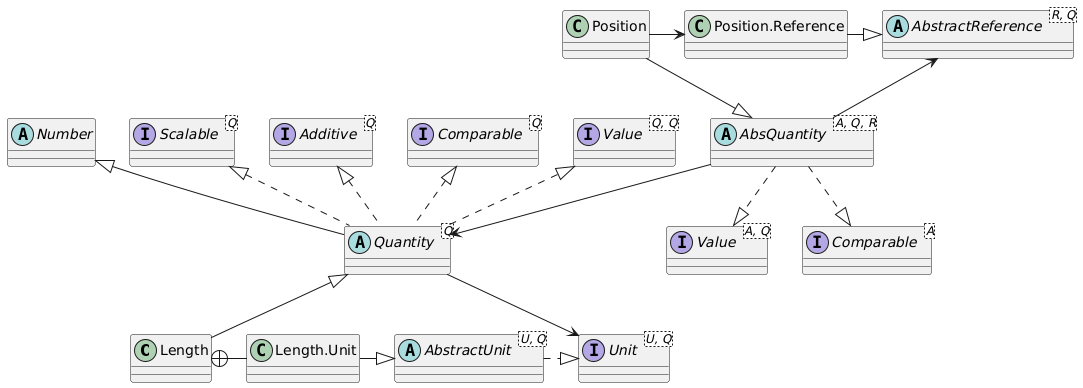
averbraeck/djunits keeps this PlantUML diagram as docs/images/absolute-quantity.png. Above is the earlier version.
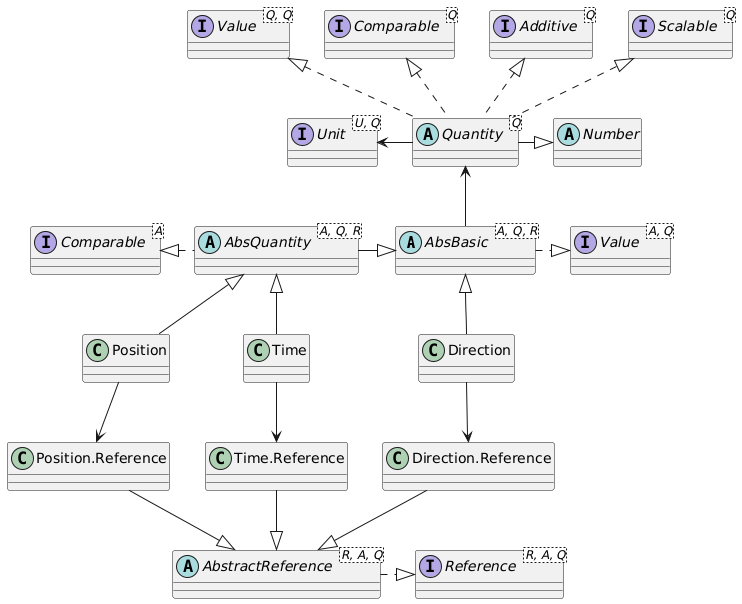
The same file after the commit.

Commit message:
Issue #163. Include new AbsBasic class in docs class diagram

Change to the diagram source:
```diff
@@ -1,12 +1,19 @@
 @startuml
-class Length
-class "Length.Unit" as LengthUnit
+abstract class AbsBasic<A, Q, R>
+abstract class AbsQuantity<A, Q, R>
+abstract class AbstractReference<R, A, Q>
+interface Reference<R, A, Q>
+
 class Position
-abstract class AbsQuantity<A, Q, R>
-abstract class AbstractReference<R, Q>
 class "Position.Reference" as PositionReference
+
+class Time
+class "Time.Reference" as TimeReference
+
+class Direction
+class "Direction.Reference" as DirectionReference
+
 abstract class Quantity<Q>
-abstract class AbstractUnit<U, Q>
 interface Unit<U, Q>
 abstract class Number
 interface "Value<A, Q>" as ValueA
@@ -16,26 +23,29 @@
 interface Additive<Q>
 interface Scalable<Q>
 
-Quantity .u.|> ValueQ
-Quantity .u.|> ComparableQ
-Quantity .u.|> Additive
-Quantity .u.|> Scalable
-Quantity -u-|> Number
+ValueQ <|.. Quantity
+ComparableQ <|.. Quantity
+Additive <|.. Quantity
+Scalable <|.. Quantity
+Number <|-l- Quantity
 
-Quantity -r-> Unit
-AbsQuantity --> Quantity
+Unit <-r- Quantity
+Quantity <-- AbsBasic
 
-AbstractUnit .r.|> Unit
+AbsBasic <|-l- AbsQuantity
+ValueA <|.l. AbsBasic
+ComparableA <|.r. AbsQuantity
+AbstractReference .r.|> Reference
 
-LengthUnit -l-+ Length
-Length -u-|> Quantity
-LengthUnit -r-|> AbstractUnit
+AbsQuantity <|-- Time
+Time --> TimeReference
+TimeReference --|> AbstractReference
 
-AbsQuantity .d.|> ValueA
-AbsQuantity .d.|> ComparableA
-AbsQuantity -u-> AbstractReference
+AbsQuantity <|-- Position
+Position --> PositionReference
+PositionReference --|> AbstractReference
 
-Position -d-|> AbsQuantity
-Position -r-> PositionReference
-PositionReference -r-|> AbstractReference
+AbsBasic <|-- Direction
+Direction --> DirectionReference
+DirectionReference --|> AbstractReference
 @enduml
```
